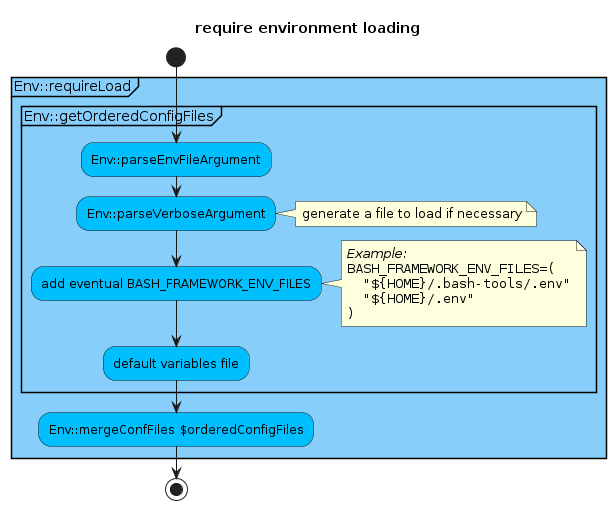
This is doc/images/envRequireLoad.png from fchastanet/bash-tools-framework, a PlantUML export, as it was before one commit. Its diagram source:
```plantuml
@startuml "envRequireLoad"
title require environment loading
skinparam {
  activityDiamondBackgroundColor #AAAAAA
  activityEndColor #red
}

start

partition "Env::requireLoad" #LightSkyBlue {

  partition "Env::getOrderedConfigFiles" #LightSkyBlue {
    #DeepSkyBlue:Env::parseEnvFileArgument;

    #DeepSkyBlue:Env::parseVerboseArgument;
    note right: generate a file to load if necessary

    #DeepSkyBlue:add eventual BASH_FRAMEWORK_ENV_FILES;
    note right
    //Example://
    <code>
    BASH_FRAMEWORK_ENV_FILES=(
      "${HOME}/.bash-tools/.env"
      "${HOME}/.env"
    )
    </code>
    endnote

    #DeepSkyBlue:default variables file;
  }

  #DeepSkyBlue:Env::mergeConfFiles $orderedConfigFiles;
}

stop
@enduml
```
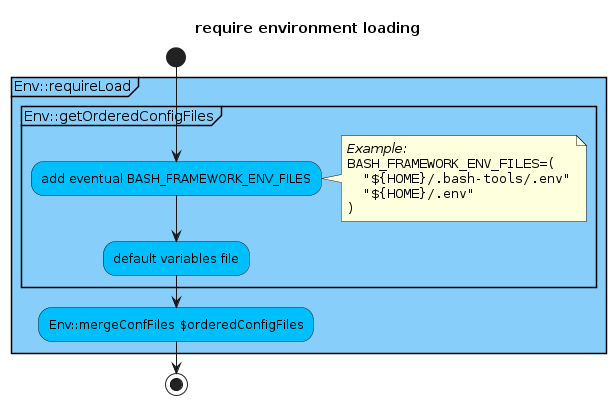
After the change.

What changed in the source:
```diff
@@ -10,11 +10,6 @@
 partition "Env::requireLoad" #LightSkyBlue {
 
   partition "Env::getOrderedConfigFiles" #LightSkyBlue {
-    #DeepSkyBlue:Env::parseEnvFileArgument;
-
-    #DeepSkyBlue:Env::parseVerboseArgument;
-    note right: generate a file to load if necessary
-
     #DeepSkyBlue:add eventual BASH_FRAMEWORK_ENV_FILES;
     note right
     //Example://
```
